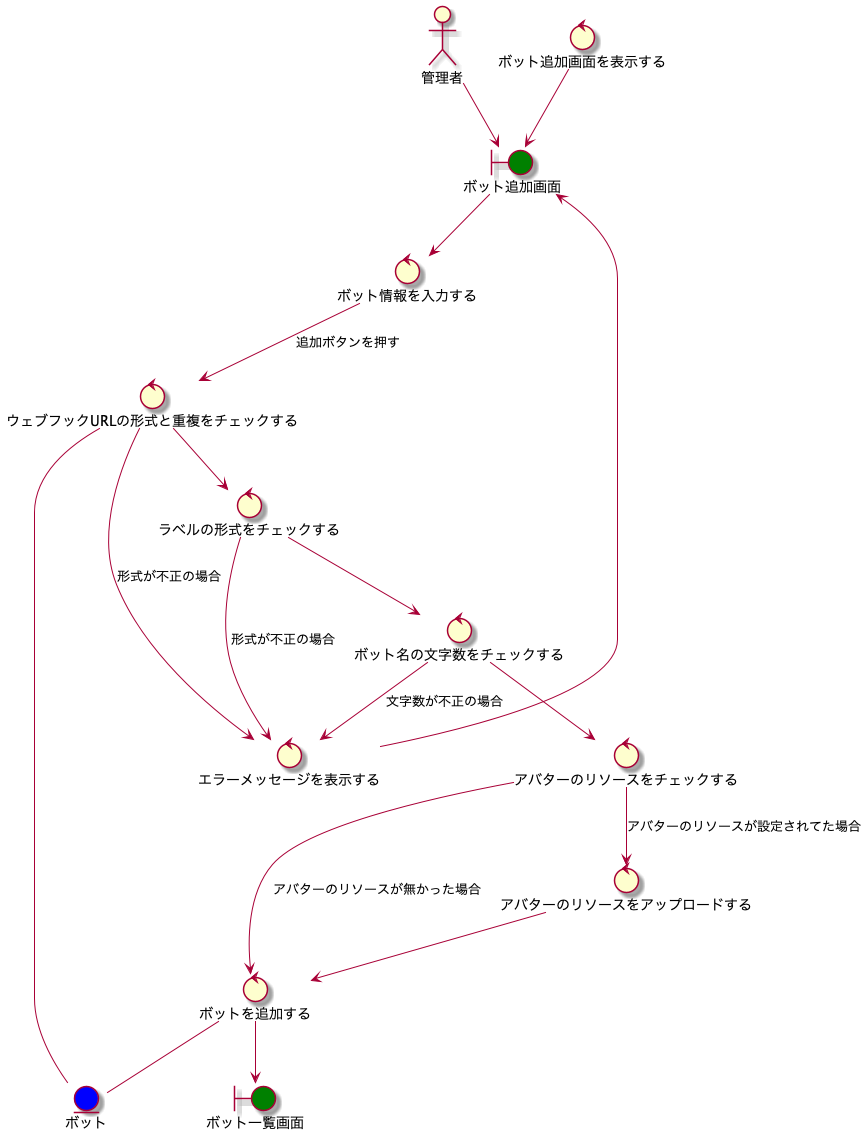
takemo101/dc-scheduler keeps this PlantUML diagram as document/analysis/robustness-bot-create.png. Above is the earlier version.
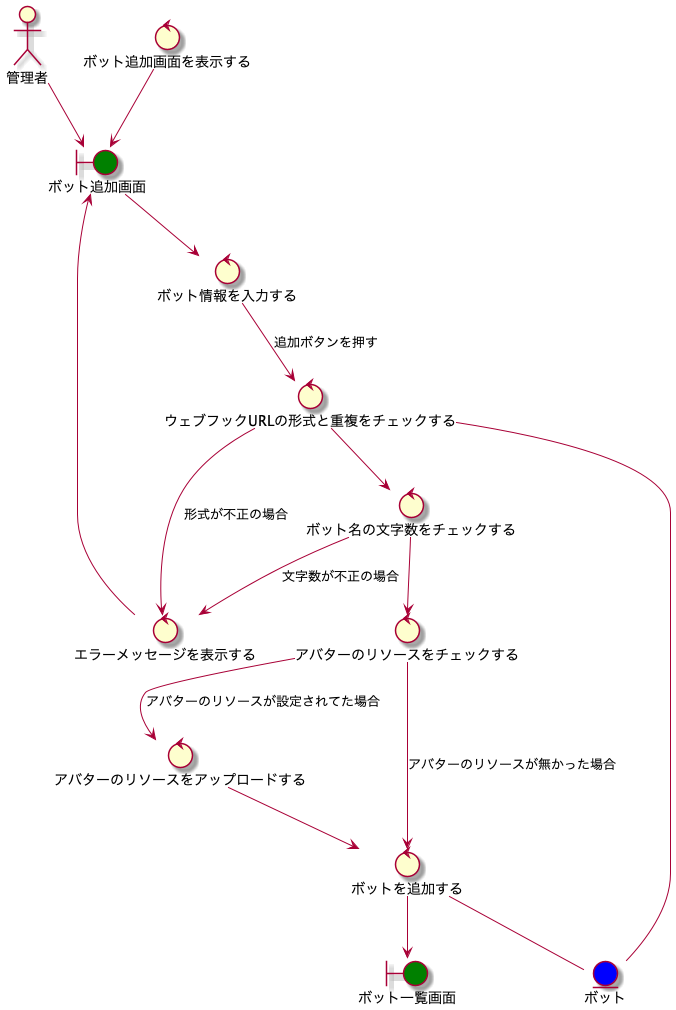
After the change.

The edit, as a diff of the source:
```diff
@@ -6,7 +6,6 @@
 control ボット追加画面を表示する
 control ボット情報を入力する
 control ウェブフックURLの形式と重複をチェックする
-control ラベルの形式をチェックする
 control ボット名の文字数をチェックする
 control アバターのリソースをチェックする
 control エラーメッセージを表示する
@@ -19,10 +18,8 @@
 ボット追加画面 --> ボット情報を入力する
 ボット情報を入力する --> ウェブフックURLの形式と重複をチェックする :追加ボタンを押す
 ウェブフックURLの形式と重複をチェックする --> エラーメッセージを表示する :形式が不正の場合
-ウェブフックURLの形式と重複をチェックする --> ラベルの形式をチェックする
+ウェブフックURLの形式と重複をチェックする --> ボット名の文字数をチェックする
 ウェブフックURLの形式と重複をチェックする -- ボット
-ラベルの形式をチェックする --> エラーメッセージを表示する :形式が不正の場合
-ラベルの形式をチェックする --> ボット名の文字数をチェックする
 ボット名の文字数をチェックする --> エラーメッセージを表示する :文字数が不正の場合
 ボット名の文字数をチェックする --> アバターのリソースをチェックする
 アバターのリソースをチェックする --> アバターのリソースをアップロードする :アバターのリソースが設定されてた場合
```
